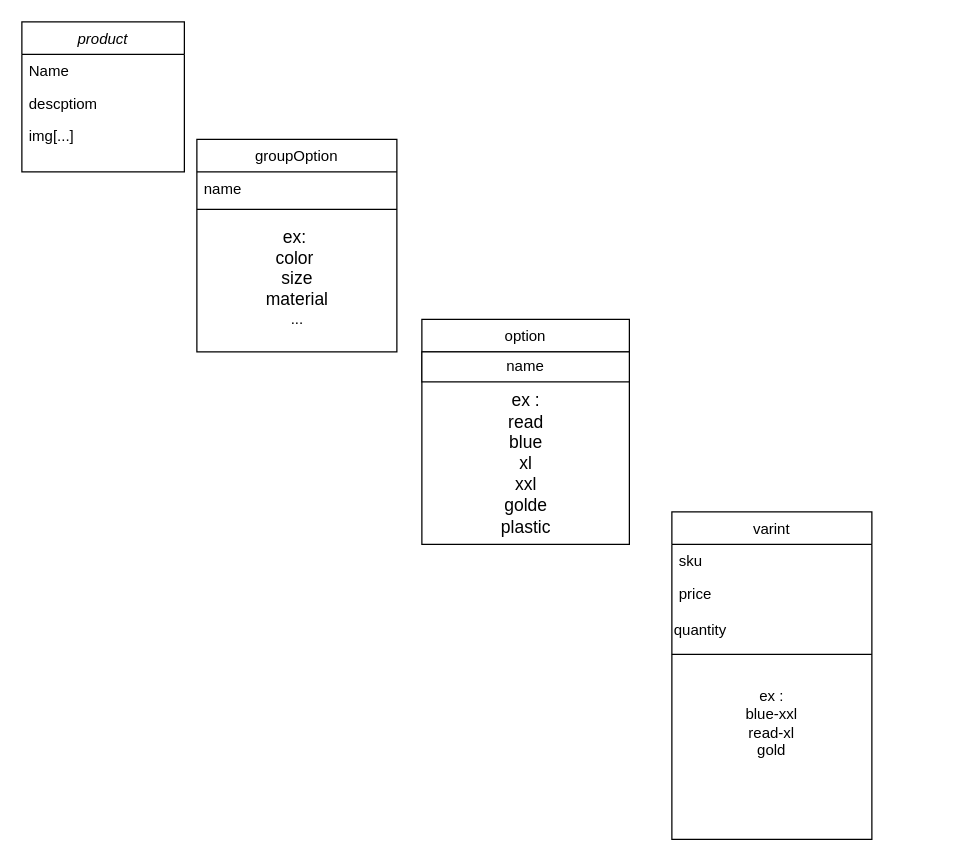
okbach/diagram keeps this draw.io diagram as Untitled Diagram.drawio. Above is the earlier version. Source tidied: cells renumbered, new cells numbered last; positions are measured from the earlier drawing's top-left corner, leaving out a move shared by most shapes. Both pictures are drawn from the tidied source at 125%, with x=0, y=0 at pixel (21, 21).
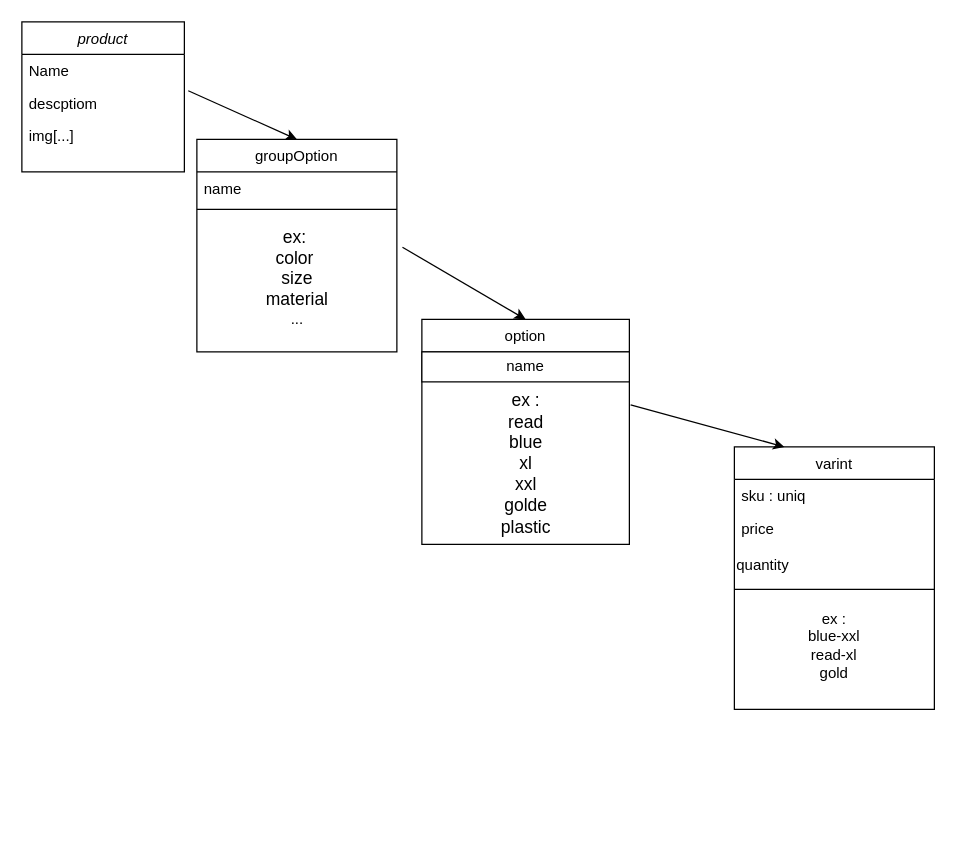
Above is the later version.

Unchanged cells that the change refers to:
```xml
<mxCell id="3" value="Name" style="text;align=left;verticalAlign=top;spacingLeft=4;spacingRight=4;overflow=hidden;points=[[0,0.5],[1,0.5]];portConstraint=eastwest;" parent="2" vertex="1">
  <mxGeometry y="26" width="130" height="26" as="geometry" />
</mxCell>
<mxCell id="12" value="option&#10;" style="swimlane;fontStyle=0;align=center;verticalAlign=top;horizontal=1;startSize=26;rounded=0;shadow=0;strokeWidth=1;" parent="1" vertex="1">
  <mxGeometry x="320" y="238" width="166" height="180" as="geometry" />
</mxCell>
<mxCell id="14" value="&lt;font style=&quot;font-size: 14px;&quot;&gt;ex :&lt;/font&gt;&lt;div&gt;&lt;font style=&quot;font-size: 14px;&quot;&gt;read&lt;/font&gt;&lt;/div&gt;&lt;div&gt;&lt;font style=&quot;font-size: 14px;&quot;&gt;blue&lt;/font&gt;&lt;/div&gt;&lt;div&gt;&lt;font style=&quot;font-size: 14px;&quot;&gt;xl&lt;/font&gt;&lt;/div&gt;&lt;div&gt;&lt;font style=&quot;font-size: 14px;&quot;&gt;xxl&lt;/font&gt;&lt;/div&gt;&lt;div&gt;&lt;font style=&quot;font-size: 14px;&quot;&gt;golde&lt;/font&gt;&lt;/div&gt;&lt;div&gt;&lt;font style=&quot;font-size: 14px;&quot;&gt;plastic&lt;/font&gt;&lt;/div&gt;" style="text;html=1;align=center;verticalAlign=middle;points=[];strokeColor=none;fillColor=none;" parent="12" vertex="1">
  <mxGeometry y="50" width="166" height="130" as="geometry" />
</mxCell>
<mxCell id="15" value="groupOption" style="swimlane;fontStyle=0;align=center;verticalAlign=top;horizontal=1;startSize=26;rounded=0;shadow=0;strokeWidth=1;" parent="1" vertex="1">
  <mxGeometry x="140" y="94" width="160" height="170" as="geometry" />
</mxCell>
<mxCell id="18" value="&lt;font style=&quot;font-size: 14px;&quot;&gt;ex:&amp;nbsp;&lt;/font&gt;&lt;div&gt;&lt;font style=&quot;font-size: 14px;&quot;&gt;color&amp;nbsp;&lt;/font&gt;&lt;div&gt;&lt;font style=&quot;font-size: 14px;&quot;&gt;size&lt;/font&gt;&lt;/div&gt;&lt;div&gt;&lt;font style=&quot;font-size: 14px;&quot;&gt;material&lt;/font&gt;&lt;/div&gt;&lt;div&gt;...&lt;/div&gt;&lt;/div&gt;" style="text;html=1;align=center;verticalAlign=middle;points=[];strokeColor=none;fillColor=none;" parent="15" vertex="1">
  <mxGeometry y="60" width="160" height="100" as="geometry" />
</mxCell>
```

The edit, as a diff of the source:
```diff
@@
     <mxCell id="6" value="varint" style="swimlane;fontStyle=0;align=center;verticalAlign=top;horizontal=1;startSize=26;rounded=0;shadow=0;strokeWidth=1;" parent="1" vertex="1">
-      <mxGeometry x="520" y="392" width="160" height="262" as="geometry" />
+      <mxGeometry x="570" y="340" width="160" height="210" as="geometry" />
     </mxCell>
-    <mxCell id="7" value="sku" style="text;align=left;verticalAlign=top;spacingLeft=4;spacingRight=4;overflow=hidden;" parent="6" vertex="1">
+    <mxCell id="7" value="sku : uniq" style="text;align=left;verticalAlign=top;spacingLeft=4;spacingRight=4;overflow=hidden;" parent="6" vertex="1">
       <mxGeometry y="26" width="160" height="26" as="geometry" />
     </mxCell>
@@
     <mxCell id="11" value="ex :&lt;div&gt;blue-xxl&lt;/div&gt;&lt;div&gt;read-xl&lt;/div&gt;&lt;div&gt;gold&lt;/div&gt;" style="text;html=1;align=center;verticalAlign=middle;whiteSpace=wrap;rounded=0;" parent="6" vertex="1">
-      <mxGeometry y="118" width="160" height="102" as="geometry" />
+      <mxGeometry y="118" width="160" height="82" as="geometry" />
     </mxCell>
@@
+    <mxCell id="19" style="endArrow=classic;html=1;rounded=0;exitX=1.024;exitY=1.12;exitDx=0;exitDy=0;exitPerimeter=0;entryX=0.5;entryY=0;entryDx=0;entryDy=0;" parent="1" edge="1" source="3" target="15">
+      <mxGeometry relative="1" as="geometry" />
+    </mxCell>
+    <mxCell id="20" style="endArrow=classic;html=1;rounded=0;exitX=1.028;exitY=0.263;exitDx=0;exitDy=0;exitPerimeter=0;entryX=0.5;entryY=0;entryDx=0;entryDy=0;" parent="1" edge="1" source="18" target="12">
+      <mxGeometry relative="1" as="geometry" />
+    </mxCell>
+    <mxCell id="21" style="endArrow=classic;html=1;rounded=0;exitX=1.006;exitY=0.142;exitDx=0;exitDy=0;entryX=0.25;entryY=0;entryDx=0;entryDy=0;exitPerimeter=0;" parent="1" edge="1" source="14" target="6">
+      <mxGeometry relative="1" as="geometry" />
+    </mxCell>
```
